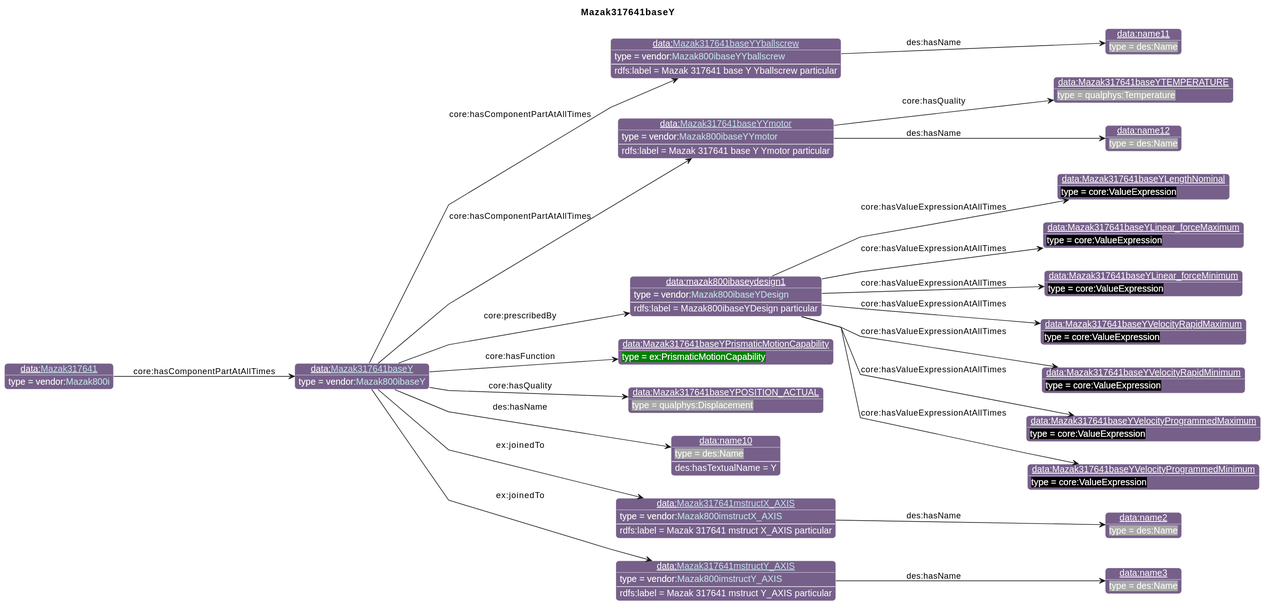
This is diagrams/Mazak317641baseY.svg from iofoundry/example-syseng-mtconnect, a PlantUML export, as it was before one commit.
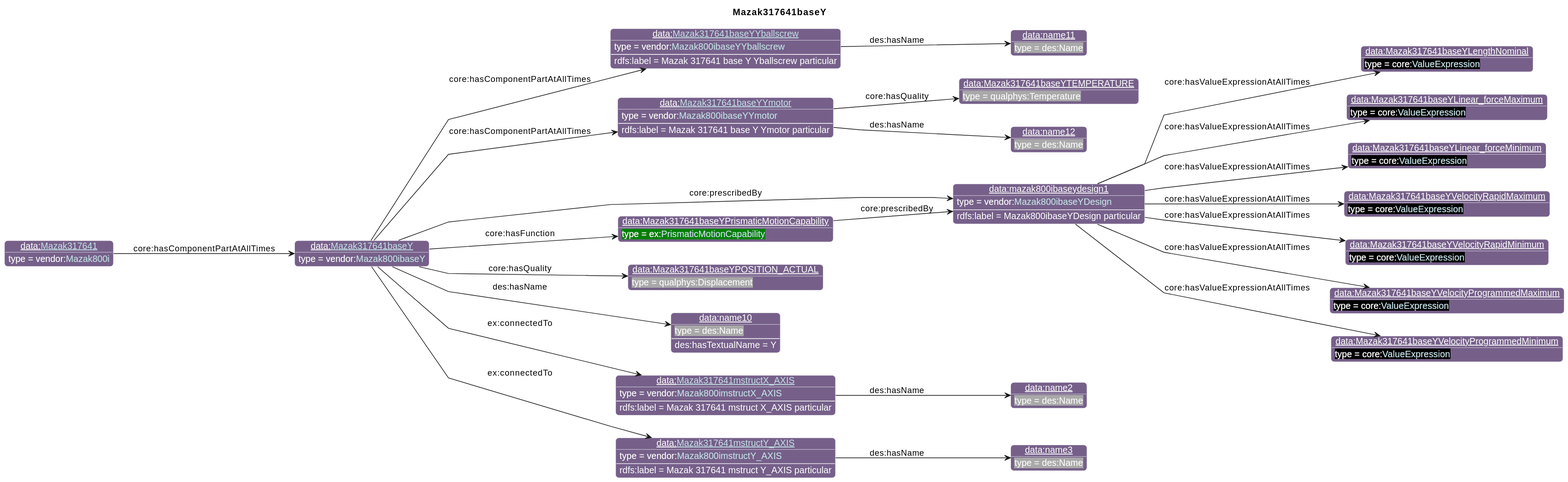
After the change.

Change to the diagram source:
```diff
@@ -32,14 +32,14 @@
 individual(o4, data:Mazak317641baseYTEMPERATURE, qualphys:Temperature)
 individual(o5, data:name12, des:Name)
 individual(o6, data:mazak800ibaseydesign1, vendor:[[../Mazak.html#Mazak800ibaseYDesign Mazak800ibaseYDesign]])
-individual(o7, data:Mazak317641baseYLengthNominal, core:ValueExpression)
-individual(o8, data:Mazak317641baseYLinear_forceMaximum, core:ValueExpression)
-individual(o9, data:Mazak317641baseYLinear_forceMinimum, core:ValueExpression)
-individual(o10, data:Mazak317641baseYVelocityRapidMaximum, core:ValueExpression)
-individual(o11, data:Mazak317641baseYVelocityRapidMinimum, core:ValueExpression)
-individual(o12, data:Mazak317641baseYVelocityProgrammedMaximum, core:ValueExpression)
-individual(o13, data:Mazak317641baseYVelocityProgrammedMinimum, core:ValueExpression)
-individual(o14, data:Mazak317641baseYPrismaticMotionCapability, ex:PrismaticMotionCapability)
+individual(o7, data:Mazak317641baseYLengthNominal, core:[[https://spec.industrialontologies.org/ontology/core/Core/ValueExpression ValueExpression]])
+individual(o8, data:Mazak317641baseYLinear_forceMaximum, core:[[https://spec.industrialontologies.org/ontology/core/Core/ValueExpression ValueExpression]])
+individual(o9, data:Mazak317641baseYLinear_forceMinimum, core:[[https://spec.industrialontologies.org/ontology/core/Core/ValueExpression ValueExpression]])
+individual(o10, data:Mazak317641baseYVelocityRapidMaximum, core:[[https://spec.industrialontologies.org/ontology/core/Core/ValueExpression ValueExpression]])
+individual(o11, data:Mazak317641baseYVelocityRapidMinimum, core:[[https://spec.industrialontologies.org/ontology/core/Core/ValueExpression ValueExpression]])
+individual(o12, data:Mazak317641baseYVelocityProgrammedMaximum, core:[[https://spec.industrialontologies.org/ontology/core/Core/ValueExpression ValueExpression]])
+individual(o13, data:Mazak317641baseYVelocityProgrammedMinimum, core:[[https://spec.industrialontologies.org/ontology/core/Core/ValueExpression ValueExpression]])
+individual(o14, data:Mazak317641baseYPrismaticMotionCapability, ex:[[../Example.html#PrismaticMotionCapability PrismaticMotionCapability]])
 individual(o15, data:Mazak317641baseYPOSITION_ACTUAL, qualphys:Displacement)
 individual(o16, data:name10, des:Name)
 individual(o17, data:[[./Mazak317641mstructX_AXIS.html Mazak317641mstructX_AXIS]], vendor:[[../Mazak.html#Mazak800imstructX_AXIS Mazak800imstructX_AXIS]])
@@ -64,13 +64,14 @@
 property(o6, "core:hasValueExpressionAtAllTimes", o12)
 property(o6, "core:hasValueExpressionAtAllTimes", o13)
 property(o0, "core:hasFunction", o14)
+property(o14, "core:prescribedBy", o6)
 property(o0, "core:hasQuality", o15)
 property(o0, "des:hasName", o16)
 data(o16, "des:hasTextualName", "Y")
-property(o0, "ex:joinedTo", o17)
+property(o0, "ex:connectedTo", o17)
 data(o17, "rdfs:label", "Mazak 317641 mstruct X_AXIS particular")
 property(o17, "des:hasName", o18)
-property(o0, "ex:joinedTo", o19)
+property(o0, "ex:connectedTo", o19)
 data(o19, "rdfs:label", "Mazak 317641 mstruct Y_AXIS particular")
 property(o19, "des:hasName", o20)
 property(o21, "core:hasComponentPartAtAllTimes", o0)
```
